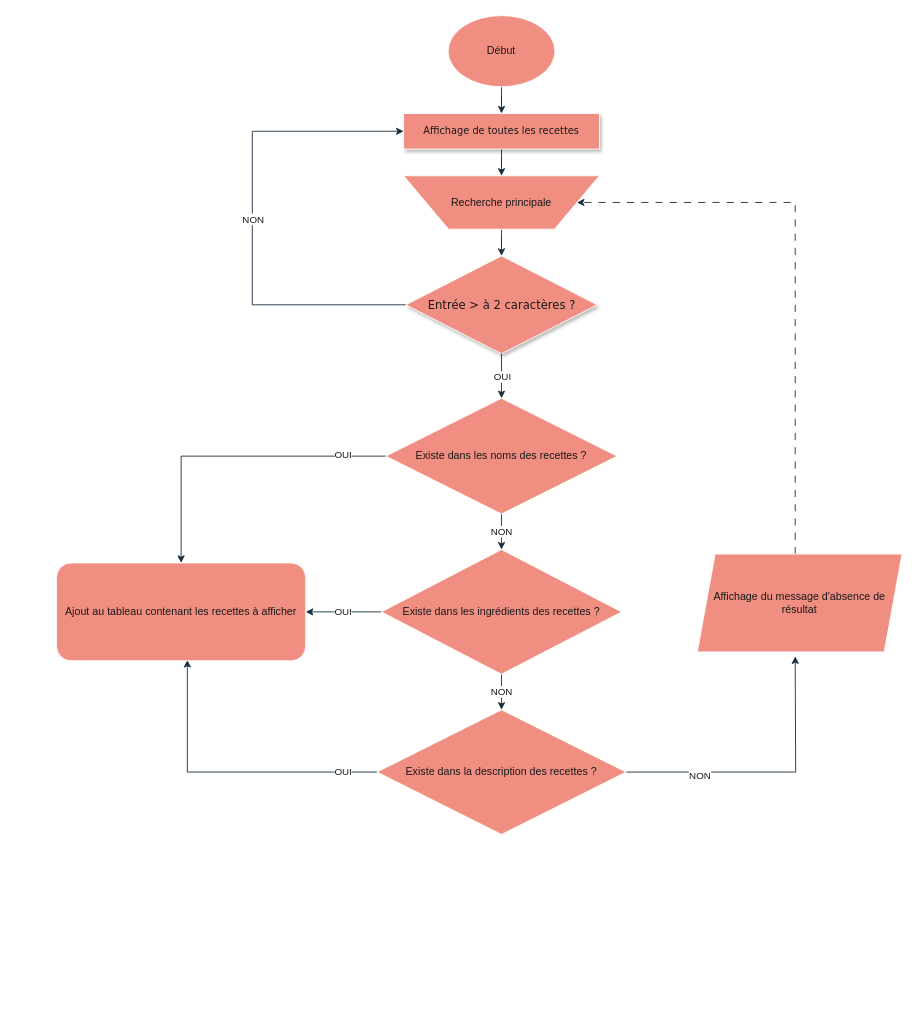
The draw.io diagram scripts/Diagramme sans nom.drawio in JaRoD41/Les_Petits_Plats, before the edit. Source tidied: cells renumbered, new cells numbered last; positions are measured from the earlier drawing's top-left corner, leaving out a move shared by most shapes. Both pictures are drawn from the tidied source at 89%, with x=0, y=0 at pixel (56, 15).
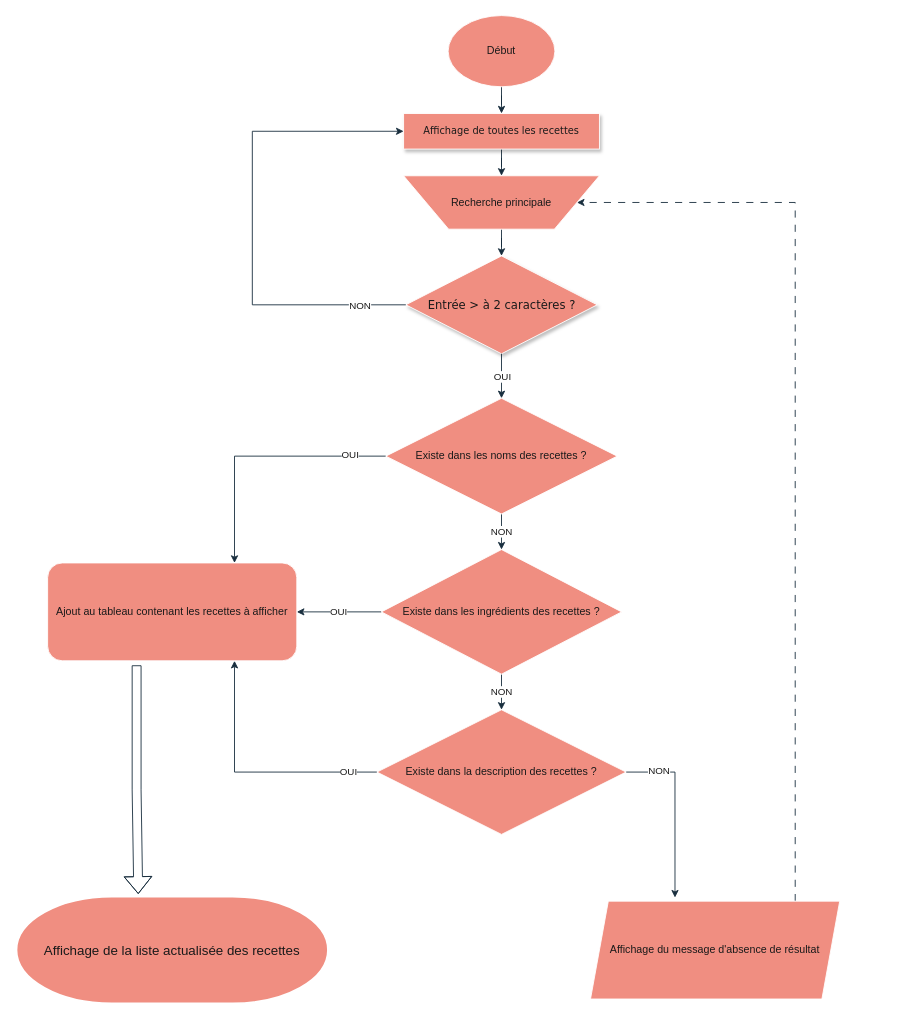
After the change.

The change refers to these unchanged cells:
```xml
<mxCell id="10" value="Existe dans les noms des recettes ?" style="rhombus;whiteSpace=wrap;html=1;strokeColor=#FFFFFF;fontColor=#1A1A1A;fillColor=#F08E81;" parent="1" vertex="1">
  <mxGeometry x="370" y="430" width="260" height="130" as="geometry" />
</mxCell>
<mxCell id="18" value="Existe dans la description des recettes ?" style="rhombus;whiteSpace=wrap;html=1;strokeColor=#FFFFFF;fontColor=#1A1A1A;fillColor=#F08E81;" parent="1" vertex="1">
  <mxGeometry x="360" y="780" width="280" height="140" as="geometry" />
</mxCell>
<mxCell id="26" style="endArrow=classic;html=1;rounded=0;strokeColor=#182E3E;fontColor=#1A1A1A;exitX=0;exitY=0.5;exitDx=0;exitDy=0;entryX=0;entryY=0.5;entryDx=0;entryDy=0;" parent="1" edge="1" source="4" target="3">
  <mxGeometry relative="1" as="geometry">
    <Array as="points">
      <mxPoint x="220" y="325" />
      <mxPoint x="220" y="130" />
    </Array>
  </mxGeometry>
</mxCell>
```

Diff of the diagram source:
```diff
@@
-    <mxCell id="7" style="edgeStyle=orthogonalEdgeStyle;rounded=0;jettySize=auto;html=1;entryX=0.5;entryY=0;entryDx=0;entryDy=0;strokeColor=#182E3E;fontColor=#1A1A1A;" parent="1" edge="1" source="10" target="19">
+    <mxCell id="7" style="edgeStyle=orthogonalEdgeStyle;rounded=0;jettySize=auto;html=1;entryX=0.75;entryY=0;entryDx=0;entryDy=0;strokeColor=#182E3E;fontColor=#1A1A1A;" parent="1" edge="1" source="10" target="19">
       <mxGeometry relative="1" as="geometry" />
     </mxCell>
@@
-    <mxCell id="14" style="edgeStyle=orthogonalEdgeStyle;rounded=0;jettySize=auto;html=1;entryX=0.525;entryY=0.991;entryDx=0;entryDy=0;entryPerimeter=0;strokeColor=#182E3E;fontColor=#1A1A1A;" parent="1" edge="1" source="18" target="19">
+    <mxCell id="14" style="edgeStyle=orthogonalEdgeStyle;rounded=0;jettySize=auto;html=1;entryX=0.75;entryY=1;entryDx=0;entryDy=0;strokeColor=#182E3E;fontColor=#1A1A1A;" parent="1" edge="1" source="18" target="19">
       <mxGeometry relative="1" as="geometry" />
     </mxCell>
@@
-    <mxCell id="16" style="edgeStyle=orthogonalEdgeStyle;rounded=0;jettySize=auto;html=1;exitX=1;exitY=0.5;exitDx=0;exitDy=0;strokeColor=#182E3E;fontColor=#1A1A1A;" parent="1" edge="1" source="18">
-      <mxGeometry relative="1" as="geometry">
-        <mxPoint x="830" y="720" as="targetPoint" />
-      </mxGeometry>
-    </mxCell>
+    <mxCell id="28" style="edgeStyle=orthogonalEdgeStyle;rounded=0;jettySize=auto;html=1;exitX=1;exitY=0.5;exitDx=0;exitDy=0;entryX=0.339;entryY=-0.036;entryDx=0;entryDy=0;entryPerimeter=0;strokeColor=#182E3E;fontColor=#1A1A1A;" parent="1" edge="1" source="18" target="21">
+      <mxGeometry relative="1" as="geometry" />
+    </mxCell>
-    <mxCell id="17" value="NON" style="edgeLabel;html=1;align=center;verticalAlign=middle;fontColor=#1A1A1A;" parent="16" vertex="1">
-      <mxGeometry x="-0.49" y="-3" relative="1" as="geometry" />
+    <mxCell id="17" value="NON" style="edgeLabel;html=1;align=center;verticalAlign=middle;fontColor=#1A1A1A;" parent="28" vertex="1">
+      <mxGeometry x="-0.63" y="2" relative="1" as="geometry" />
     </mxCell>
@@
     <mxCell id="19" value="Ajout au tableau contenant les recettes à afficher" style="rounded=1;whiteSpace=wrap;html=1;strokeColor=#FFFFFF;fontColor=#1A1A1A;fillColor=#F08E81;" parent="1" vertex="1">
-      <mxGeometry y="615" width="280" height="110" as="geometry" />
+      <mxGeometry x="-10" y="615" width="280" height="110" as="geometry" />
     </mxCell>
@@
     <mxCell id="21" value="Affichage du message d'absence de résultat" style="shape=parallelogram;perimeter=parallelogramPerimeter;whiteSpace=wrap;html=1;fixedSize=1;strokeColor=#FFFFFF;fontColor=#1A1A1A;fillColor=#F08E81;" parent="1" vertex="1">
-      <mxGeometry x="720" y="605" width="230" height="110" as="geometry" />
+      <mxGeometry x="600" y="995" width="280" height="110" as="geometry" />
     </mxCell>
@@
     <mxCell id="27" value="NON" style="edgeLabel;html=1;align=center;verticalAlign=middle;strokeColor=#FFFFFF;fontColor=#1A1A1A;fillColor=#F08E81;" parent="26" vertex="1">
-      <mxGeometry relative="1" as="geometry" />
+      <mxGeometry relative="1" as="geometry">
+        <mxPoint x="120" y="97" as="offset" />
+      </mxGeometry>
     </mxCell>
+    <mxCell id="29" value="&lt;font style=&quot;font-size: 15px;&quot;&gt;Affichage de la liste actualisée des recettes&lt;/font&gt;" style="strokeWidth=2;html=1;shape=mxgraph.flowchart.terminator;whiteSpace=wrap;strokeColor=#FFFFFF;fontColor=#1A1A1A;fillColor=#F08E81;" parent="1" vertex="1">
+      <mxGeometry x="-45" y="990" width="350" height="120" as="geometry" />
+    </mxCell>
+    <mxCell id="30" style="shape=flexArrow;endArrow=classic;html=1;rounded=0;strokeColor=#182E3E;fontColor=#1A1A1A;entryX=0.391;entryY=-0.025;entryDx=0;entryDy=0;entryPerimeter=0;" parent="1" edge="1" target="29">
+      <mxGeometry relative="1" as="geometry">
+        <mxPoint x="90" y="730" as="sourcePoint" />
+        <Array as="points">
+          <mxPoint x="90" y="870" />
+        </Array>
+      </mxGeometry>
+    </mxCell>
```
